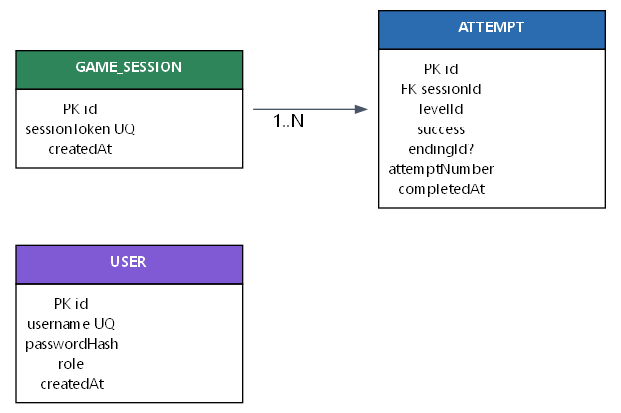
Above: docs/er-model.png in ItsRhyas/BarrancoGroup (Graphviz), before the change. Its source is kept beside it as docs/er-model.dot.
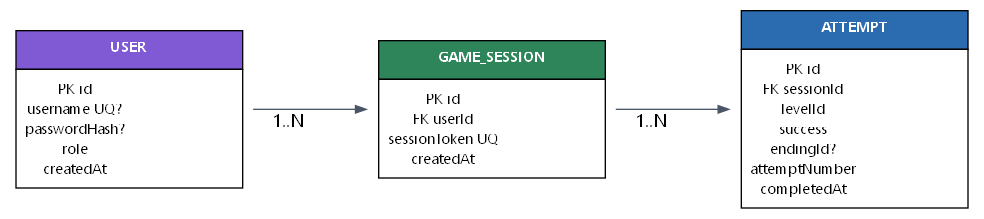
Above is the later version.

Commit message:
docs: update DB model with session-user relationship

Change to the diagram source:
```diff
@@ -9,12 +9,12 @@
 
   users [label=<<table border="0" cellborder="1" cellspacing="0" cellpadding="6">
     <tr><td bgcolor="#805ad5" width="170"><font color="white"><b>USER</b></font></td></tr>
-    <tr><td align="left">PK id<br/>username UQ<br/>passwordHash<br/>role<br/>createdAt</td></tr>
+    <tr><td align="left">PK id<br/>username UQ?<br/>passwordHash?<br/>role<br/>createdAt</td></tr>
   </table>>];
 
   game_sessions [label=<<table border="0" cellborder="1" cellspacing="0" cellpadding="6">
     <tr><td bgcolor="#2f855a" width="170"><font color="white"><b>GAME_SESSION</b></font></td></tr>
-    <tr><td align="left">PK id<br/>sessionToken UQ<br/>createdAt</td></tr>
+    <tr><td align="left">PK id<br/>FK userId<br/>sessionToken UQ<br/>createdAt</td></tr>
   </table>>];
 
   attempts [label=<<table border="0" cellborder="1" cellspacing="0" cellpadding="6">
@@ -22,5 +22,6 @@
     <tr><td align="left">PK id<br/>FK sessionId<br/>levelId<br/>success<br/>endingId?<br/>attemptNumber<br/>completedAt</td></tr>
   </table>>];
 
+  users -> game_sessions [xlabel="1..N"];
   game_sessions -> attempts [xlabel="1..N"];
 }
```
